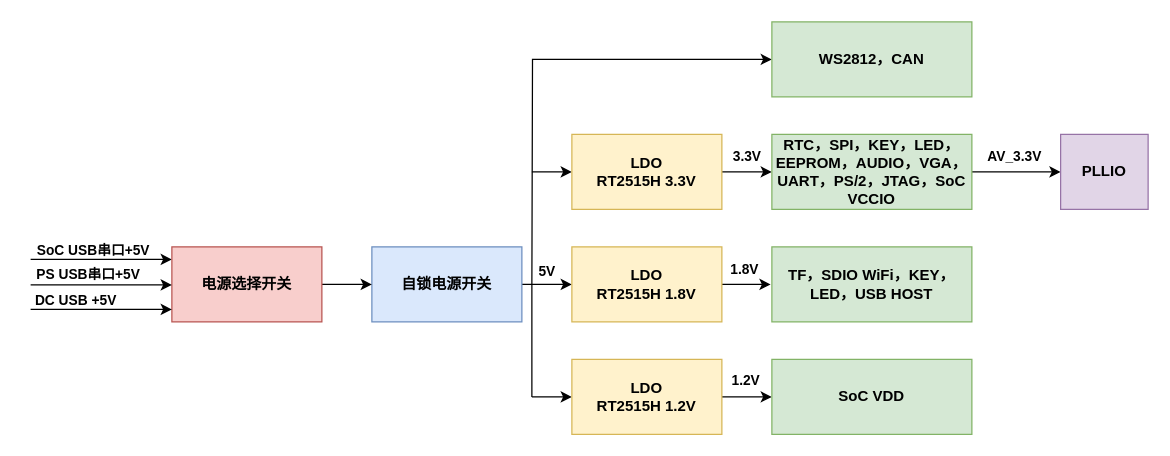
Before: images/board/res/v2p1/power-tp.drawio in oscc-web/ysyx-website-resources, a draw.io diagram. Source tidied: cells renumbered, new cells numbered last; positions are measured from the earlier drawing's top-left corner, leaving out a move shared by most shapes. Both pictures are drawn from the tidied source at 125%, with x=0, y=0 at pixel (30, 21).
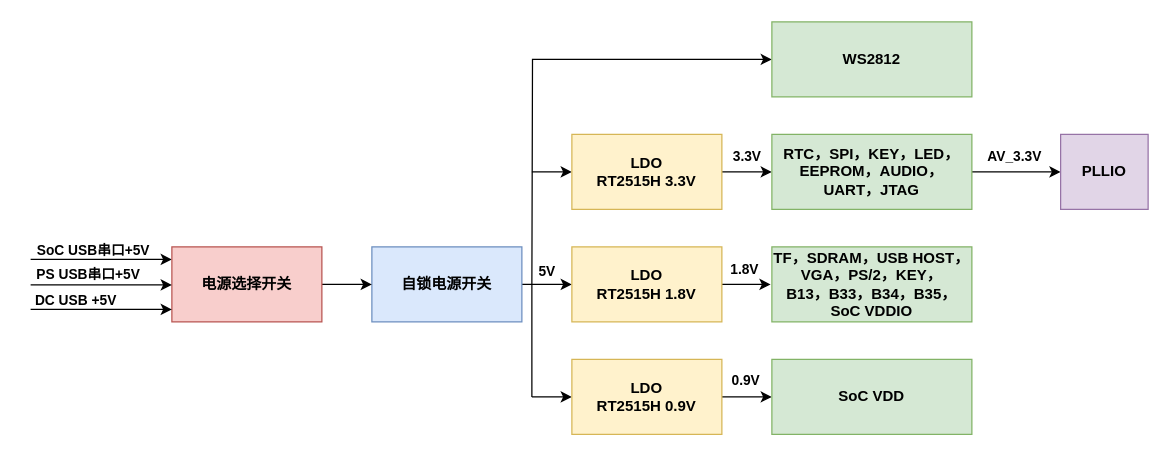
The same page after the edit.

Unchanged cells that the change refers to:
```xml
<mxCell id="12" style="edgeStyle=orthogonalEdgeStyle;rounded=0;jettySize=auto;html=1;entryX=0;entryY=0.5;entryDx=0;entryDy=0;" parent="1" edge="1" source="15" target="24">
  <mxGeometry relative="1" as="geometry" />
</mxCell>
```

What changed in the source:
```diff
@@
-    <mxCell id="13" value="1.2V" style="edgeLabel;html=1;align=center;verticalAlign=middle;labelBackgroundColor=none;fontStyle=1;" parent="12" vertex="1">
+    <mxCell id="13" value="0.9V" style="edgeLabel;html=1;align=center;verticalAlign=middle;labelBackgroundColor=none;fontStyle=1;" parent="12" vertex="1">
       <mxGeometry x="-0.06" relative="1" as="geometry">
         <mxPoint x="-1" y="-14" as="offset" />
       </mxGeometry>
     </mxCell>
@@
-    <mxCell id="15" value="LDO&lt;br&gt;RT2515H 1.2V" style="rounded=0;whiteSpace=wrap;html=1;fillColor=#fff2cc;strokeColor=#d6b656;fontStyle=1;" parent="1" vertex="1">
+    <mxCell id="15" value="LDO&lt;br&gt;RT2515H 0.9V" style="rounded=0;whiteSpace=wrap;html=1;fillColor=#fff2cc;strokeColor=#d6b656;fontStyle=1;" parent="1" vertex="1">
       <mxGeometry x="433" y="270" width="120" height="60" as="geometry" />
     </mxCell>
-    <mxCell id="16" value="TF，SDIO WiFi，KEY，LED，USB HOST" style="rounded=0;whiteSpace=wrap;html=1;fillColor=#d5e8d4;strokeColor=#82b366;fontStyle=1;" parent="1" vertex="1">
+    <mxCell id="16" value="TF，SDRAM，USB HOST，VGA，PS/2，KEY，&lt;br&gt;B13，B33，B34，B35，SoC VDDIO" style="rounded=0;whiteSpace=wrap;html=1;fillColor=#d5e8d4;strokeColor=#82b366;fontStyle=1;" parent="1" vertex="1">
       <mxGeometry x="593" y="180" width="160" height="60" as="geometry" />
     </mxCell>
@@
-    <mxCell id="19" value="RTC，SPI，KEY，LED，EEPROM，AUDIO，VGA，UART，PS/2，JTAG，SoC VCCIO" style="rounded=0;whiteSpace=wrap;html=1;fillColor=#d5e8d4;strokeColor=#82b366;fontStyle=1;" parent="1" vertex="1">
+    <mxCell id="19" value="RTC，SPI，KEY，LED，EEPROM，AUDIO，UART，JTAG" style="rounded=0;whiteSpace=wrap;html=1;fillColor=#d5e8d4;strokeColor=#82b366;fontStyle=1;" parent="1" vertex="1">
       <mxGeometry x="593" y="90" width="160" height="60" as="geometry" />
     </mxCell>
@@
-    <mxCell id="26" value="WS2812，CAN" style="rounded=0;whiteSpace=wrap;html=1;fillColor=#d5e8d4;strokeColor=#82b366;fontStyle=1;" parent="1" vertex="1">
+    <mxCell id="26" value="WS2812" style="rounded=0;whiteSpace=wrap;html=1;fillColor=#d5e8d4;strokeColor=#82b366;fontStyle=1;" parent="1" vertex="1">
       <mxGeometry x="593" width="160" height="60" as="geometry" />
     </mxCell>
```
